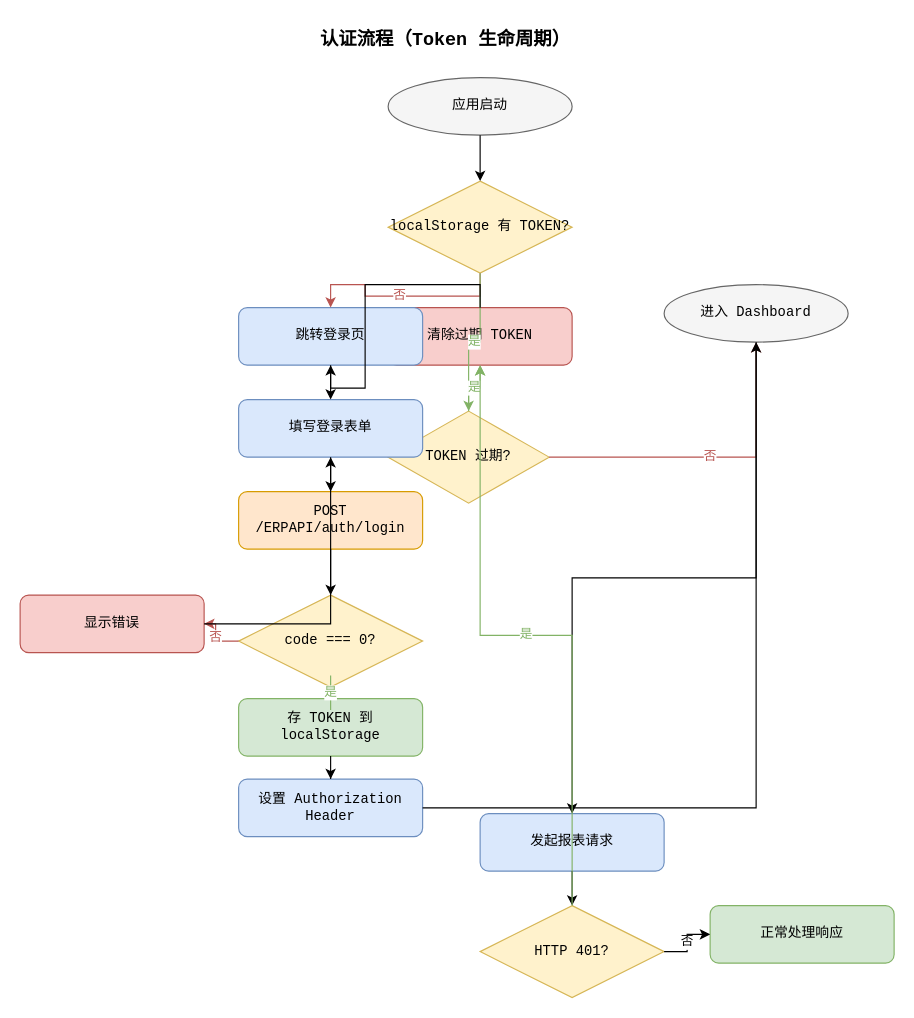
The draw.io diagram 流程图/流程图_04_认证流程.drawio in ksmingkimo/AsCoding, before the edit. Source tidied: cells renumbered, new cells numbered last; positions are measured from the earlier drawing's top-left corner, leaving out a move shared by most shapes. Both pictures are drawn from the tidied source at 115%, with x=0, y=0 at pixel (20, 20).
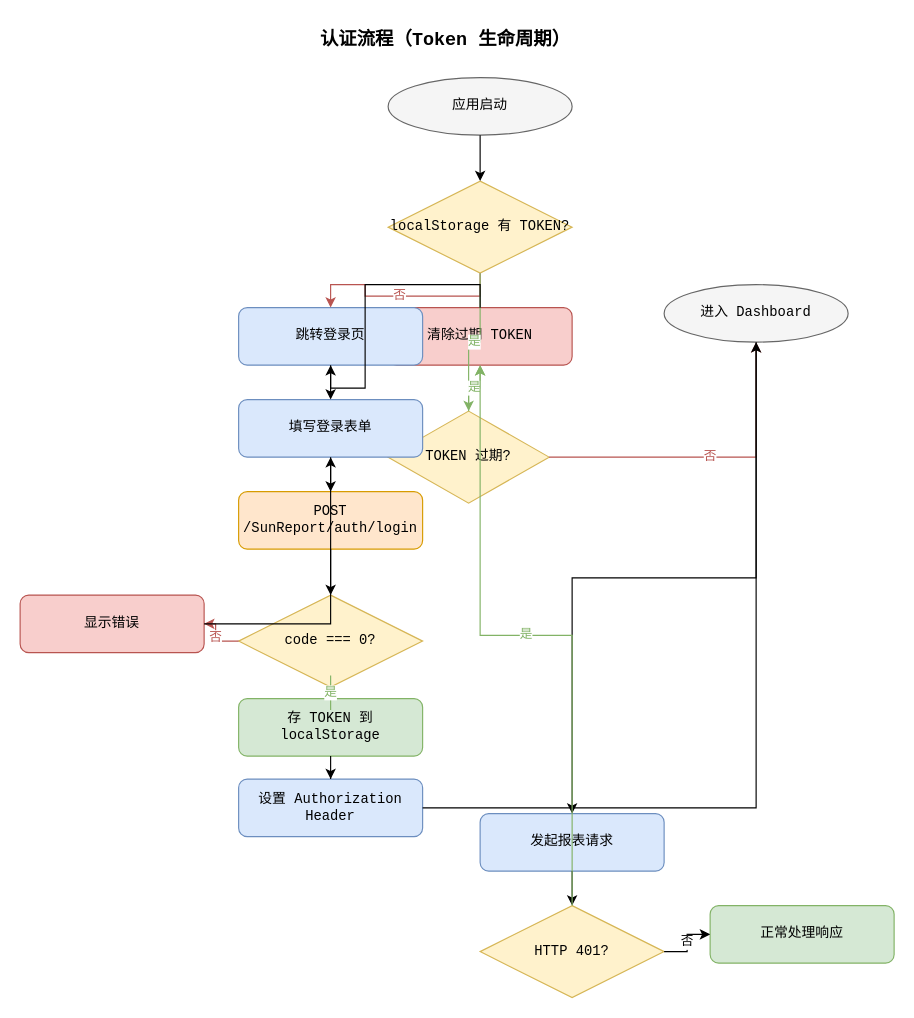
Above is the later version.

What changed in the source:
```diff
@@
-    <mxCell id="10" value="POST /ERPAPI/auth/login" style="rounded=1;whiteSpace=wrap;html=1;fillColor=#ffe6cc;strokeColor=#d79b00;fontSize=12;fontFamily=Courier New;" parent="1" vertex="1">
+    <mxCell id="10" value="POST /SunReport/auth/login" style="rounded=1;whiteSpace=wrap;html=1;fillColor=#ffe6cc;strokeColor=#d79b00;fontSize=12;fontFamily=Courier New;" parent="1" vertex="1">
       <mxGeometry x="190" y="410" width="160" height="50" as="geometry" />
     </mxCell>
```
